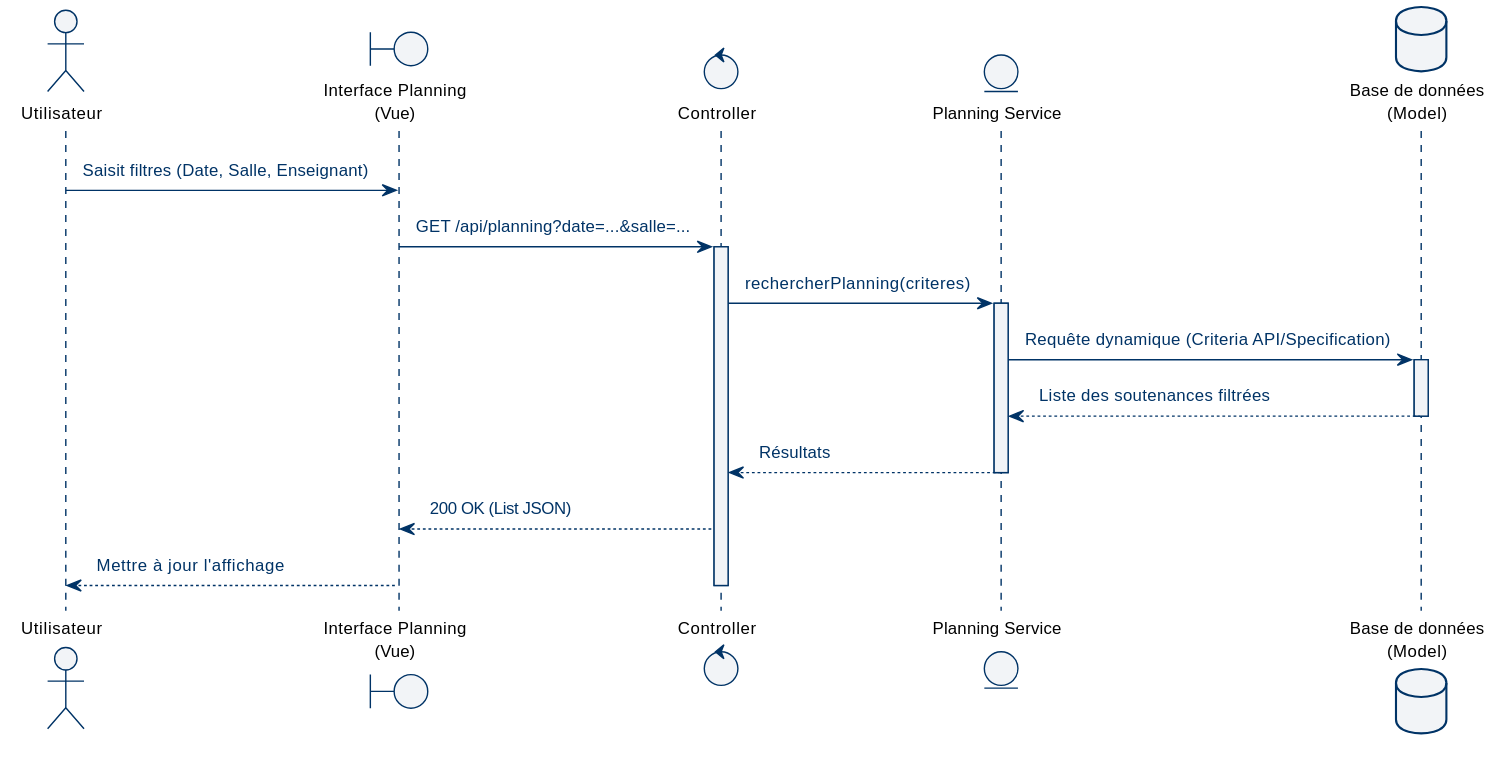
abdelaziz-ebourki/system-gestion-soutenance keeps this PlantUML diagram as docs/diagrams/svg/seq_filter_planning.svg. Above is the earlier version.
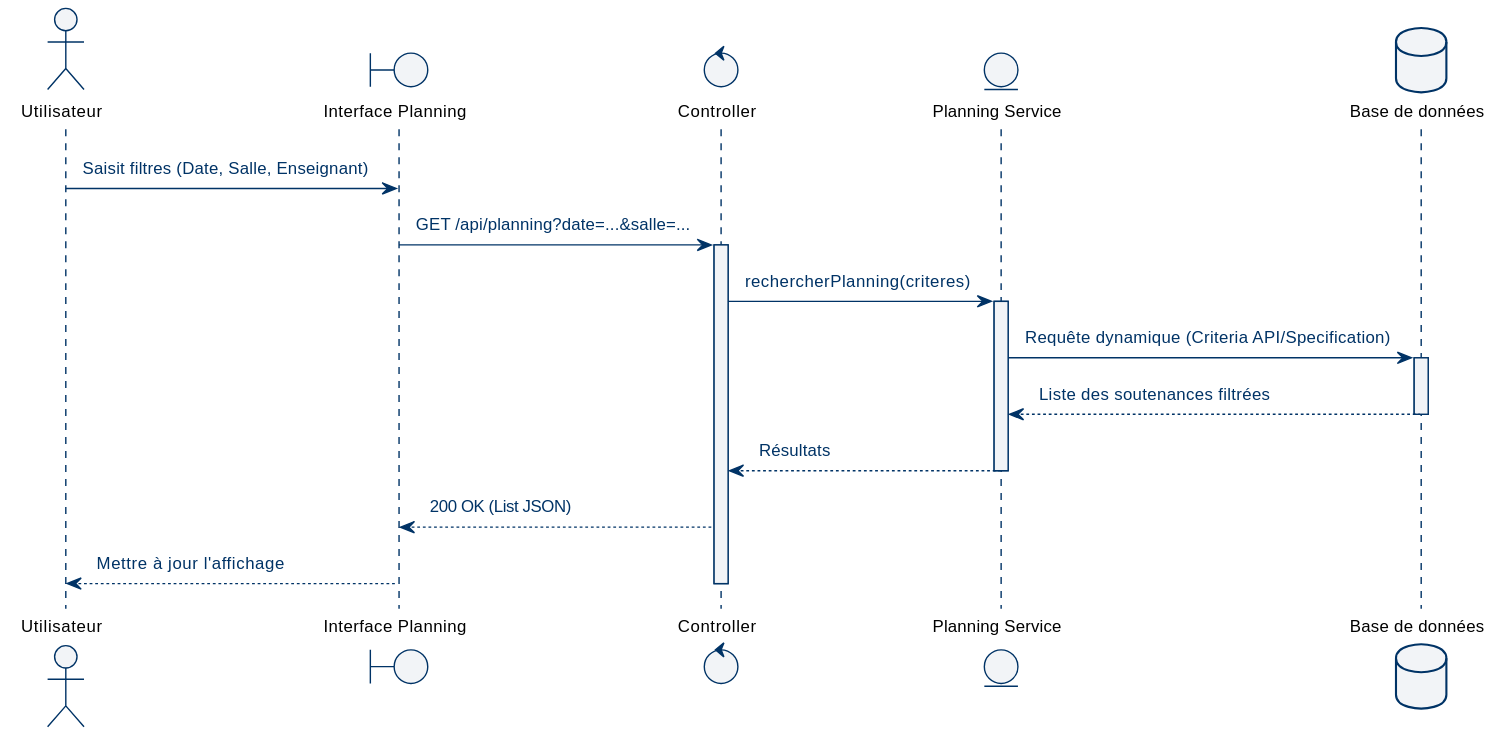
The same diagram one commit later.

Change to the diagram source:
```diff
@@ -2,10 +2,10 @@
 !theme pfe from .
 
 actor "Utilisateur" as User
-boundary "Interface Planning\n(Vue)" as Front
+boundary "Interface Planning" as Front
 control "Controller" as Controller
 entity "Planning Service" as Service
-database "Base de données\n(Model)" as DB
+database "Base de données" as DB
 
 User -> Front : Saisit filtres (Date, Salle, Enseignant)
 Front -> Controller : GET /api/planning?date=...&salle=...
```
